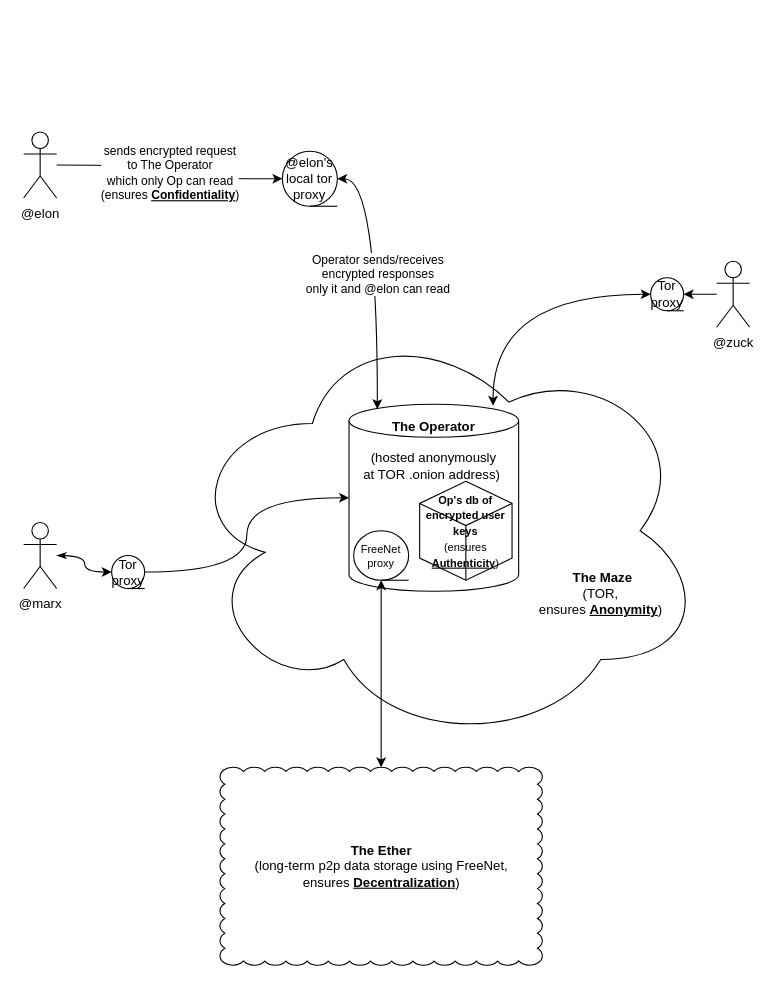
Above: page "Overall Operator System" (3 of 4) of docs/cryptosystems.drawio in ComradOrg/Comrad (draw.io), before the change. Source tidied: cells renumbered, new cells numbered last; positions are measured from the earlier drawing's top-left corner, leaving out a move shared by most shapes. Both pictures are drawn from the tidied source at 110%, with x=0, y=0 at pixel (23, 131).
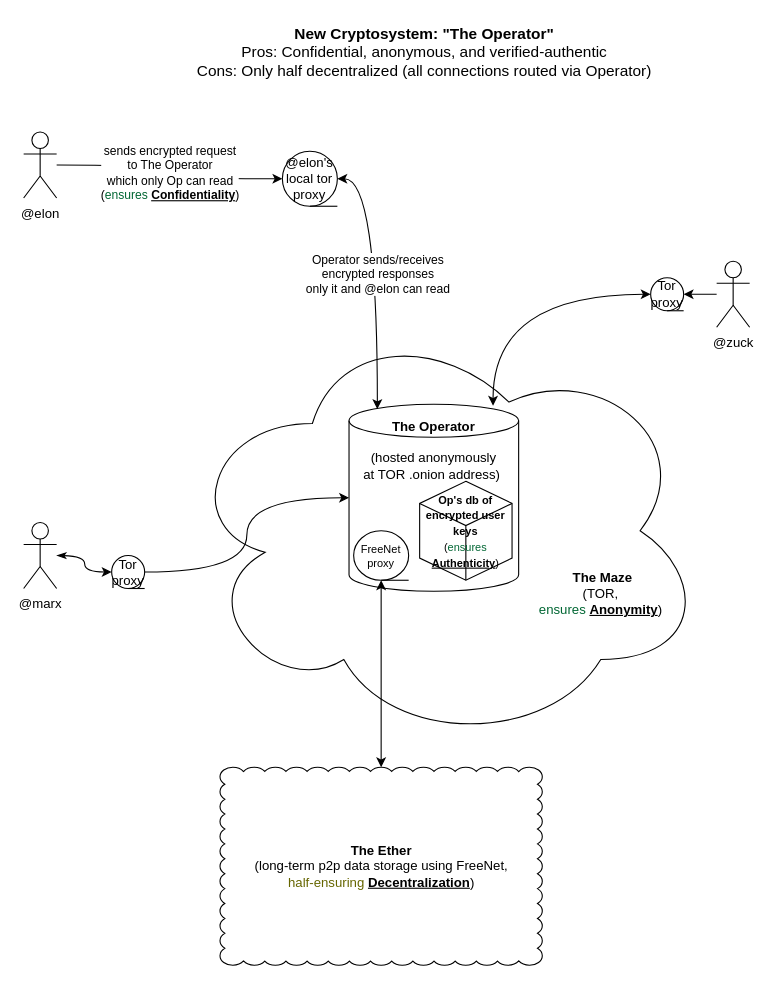
After the change.

Unchanged cells that the change refers to:
```xml
<mxCell id="4" value="@elon" style="shape=umlActor;verticalLabelPosition=bottom;verticalAlign=top;html=1;outlineConnect=0;" parent="1" vertex="1">
  <mxGeometry y="0.5" width="30" height="60" as="geometry" />
</mxCell>
<mxCell id="10" value="@elon's local tor proxy" style="shape=tapeData;whiteSpace=wrap;html=1;perimeter=ellipsePerimeter;" parent="1" vertex="1">
  <mxGeometry x="235.2" y="18" width="50" height="50" as="geometry" />
</mxCell>
```

Change to the diagram source:
```diff
@@
-    <mxCell id="3" value="sends encrypted request&lt;br&gt;to The Operator&lt;br&gt;which only Op can read&lt;br&gt;(ensures &lt;u&gt;&lt;b&gt;Confidentiality&lt;/b&gt;&lt;/u&gt;)" style="edgeStyle=orthogonalEdgeStyle;curved=1;jettySize=auto;html=1;startArrow=none;startFill=0;" parent="1" edge="1" source="4" target="10">
+    <mxCell id="3" value="sends encrypted request&lt;br&gt;to The Operator&lt;br&gt;which only Op can read&lt;br&gt;(&lt;font color=&quot;#006633&quot;&gt;ensures&lt;/font&gt; &lt;u&gt;&lt;b&gt;Confidentiality&lt;/b&gt;&lt;/u&gt;)" style="edgeStyle=orthogonalEdgeStyle;curved=1;jettySize=auto;html=1;startArrow=none;startFill=0;" parent="1" edge="1" source="4" target="10">
       <mxGeometry x="0.01" relative="1" as="geometry" />
     </mxCell>
@@
-    <mxCell id="7" value="&lt;br&gt;&lt;br&gt;&lt;br&gt;&lt;br&gt;&lt;br&gt;&lt;br&gt;&lt;br&gt;&lt;br&gt;&amp;nbsp; &amp;nbsp; &amp;nbsp; &amp;nbsp; &amp;nbsp; &amp;nbsp; &amp;nbsp; &amp;nbsp; &amp;nbsp; &amp;nbsp; &amp;nbsp; &amp;nbsp; &amp;nbsp; &amp;nbsp; &amp;nbsp; &amp;nbsp; &amp;nbsp; &amp;nbsp; &amp;nbsp; &amp;nbsp; &amp;nbsp; &amp;nbsp; &amp;nbsp; &amp;nbsp; &amp;nbsp; &amp;nbsp; &amp;nbsp; &amp;nbsp; &amp;nbsp; &amp;nbsp; &amp;nbsp; &amp;nbsp; &amp;nbsp; &amp;nbsp; &amp;nbsp; &amp;nbsp; &amp;nbsp; &amp;nbsp; &amp;nbsp; &amp;nbsp; &amp;nbsp; &amp;nbsp; &amp;nbsp; &amp;nbsp;&lt;b&gt;The Maze&lt;br&gt;&lt;/b&gt;&amp;nbsp; &amp;nbsp; &amp;nbsp; &amp;nbsp; &amp;nbsp; &amp;nbsp; &amp;nbsp; &amp;nbsp; &amp;nbsp; &amp;nbsp; &amp;nbsp; &amp;nbsp; &amp;nbsp; &amp;nbsp; &amp;nbsp; &amp;nbsp; &amp;nbsp; &amp;nbsp; &amp;nbsp; &amp;nbsp; &amp;nbsp; &amp;nbsp; &amp;nbsp; &amp;nbsp; &amp;nbsp; &amp;nbsp; &amp;nbsp; &amp;nbsp; &amp;nbsp; &amp;nbsp; &amp;nbsp; &amp;nbsp; &amp;nbsp; &amp;nbsp; &amp;nbsp; &amp;nbsp; &amp;nbsp; &amp;nbsp; &amp;nbsp; &amp;nbsp; &amp;nbsp; &amp;nbsp; &amp;nbsp; (TOR,&lt;br&gt;&amp;nbsp; &amp;nbsp; &amp;nbsp; &amp;nbsp; &amp;nbsp; &amp;nbsp; &amp;nbsp; &amp;nbsp; &amp;nbsp; &amp;nbsp; &amp;nbsp; &amp;nbsp; &amp;nbsp; &amp;nbsp; &amp;nbsp; &amp;nbsp; &amp;nbsp; &amp;nbsp; &amp;nbsp; &amp;nbsp; &amp;nbsp; &amp;nbsp; &amp;nbsp; &amp;nbsp; &amp;nbsp; &amp;nbsp; &amp;nbsp; &amp;nbsp; &amp;nbsp; &amp;nbsp; &amp;nbsp; &amp;nbsp; &amp;nbsp; &amp;nbsp; &amp;nbsp; &amp;nbsp; &amp;nbsp; &amp;nbsp; &amp;nbsp; &amp;nbsp; &amp;nbsp; &amp;nbsp; &amp;nbsp; ensures &lt;u&gt;&lt;b&gt;Anonymity&lt;/b&gt;&lt;/u&gt;)" style="ellipse;shape=cloud;whiteSpace=wrap;html=1;" parent="1" vertex="1">
+    <mxCell id="7" value="&lt;br&gt;&lt;br&gt;&lt;br&gt;&lt;br&gt;&lt;br&gt;&lt;br&gt;&lt;br&gt;&lt;br&gt;&amp;nbsp; &amp;nbsp; &amp;nbsp; &amp;nbsp; &amp;nbsp; &amp;nbsp; &amp;nbsp; &amp;nbsp; &amp;nbsp; &amp;nbsp; &amp;nbsp; &amp;nbsp; &amp;nbsp; &amp;nbsp; &amp;nbsp; &amp;nbsp; &amp;nbsp; &amp;nbsp; &amp;nbsp; &amp;nbsp; &amp;nbsp; &amp;nbsp; &amp;nbsp; &amp;nbsp; &amp;nbsp; &amp;nbsp; &amp;nbsp; &amp;nbsp; &amp;nbsp; &amp;nbsp; &amp;nbsp; &amp;nbsp; &amp;nbsp; &amp;nbsp; &amp;nbsp; &amp;nbsp; &amp;nbsp; &amp;nbsp; &amp;nbsp; &amp;nbsp; &amp;nbsp; &amp;nbsp; &amp;nbsp; &amp;nbsp;&lt;b&gt;The Maze&lt;br&gt;&lt;/b&gt;&amp;nbsp; &amp;nbsp; &amp;nbsp; &amp;nbsp; &amp;nbsp; &amp;nbsp; &amp;nbsp; &amp;nbsp; &amp;nbsp; &amp;nbsp; &amp;nbsp; &amp;nbsp; &amp;nbsp; &amp;nbsp; &amp;nbsp; &amp;nbsp; &amp;nbsp; &amp;nbsp; &amp;nbsp; &amp;nbsp; &amp;nbsp; &amp;nbsp; &amp;nbsp; &amp;nbsp; &amp;nbsp; &amp;nbsp; &amp;nbsp; &amp;nbsp; &amp;nbsp; &amp;nbsp; &amp;nbsp; &amp;nbsp; &amp;nbsp; &amp;nbsp; &amp;nbsp; &amp;nbsp; &amp;nbsp; &amp;nbsp; &amp;nbsp; &amp;nbsp; &amp;nbsp; &amp;nbsp; &amp;nbsp; (TOR,&lt;br&gt;&amp;nbsp; &amp;nbsp; &amp;nbsp; &amp;nbsp; &amp;nbsp; &amp;nbsp; &amp;nbsp; &amp;nbsp; &amp;nbsp; &amp;nbsp; &amp;nbsp; &amp;nbsp; &amp;nbsp; &amp;nbsp; &amp;nbsp; &amp;nbsp; &amp;nbsp; &amp;nbsp; &amp;nbsp; &amp;nbsp; &amp;nbsp; &amp;nbsp; &amp;nbsp; &amp;nbsp; &amp;nbsp; &amp;nbsp; &amp;nbsp; &amp;nbsp; &amp;nbsp; &amp;nbsp; &amp;nbsp; &amp;nbsp; &amp;nbsp; &amp;nbsp; &amp;nbsp; &amp;nbsp; &amp;nbsp; &amp;nbsp; &amp;nbsp; &amp;nbsp; &amp;nbsp; &amp;nbsp; &amp;nbsp; &lt;font color=&quot;#006633&quot;&gt;ensures&lt;/font&gt; &lt;u&gt;&lt;b&gt;Anonymity&lt;/b&gt;&lt;/u&gt;)" style="ellipse;shape=cloud;whiteSpace=wrap;html=1;" parent="1" vertex="1">
       <mxGeometry x="143.3" y="168" width="476.7" height="390" as="geometry" />
     </mxCell>
@@
-    <mxCell id="16" value="&lt;font style=&quot;font-size: 10px&quot;&gt;&lt;b&gt;Op's db of encrypted user keys&lt;/b&gt;&lt;br&gt;(ensures &lt;u&gt;&lt;b&gt;Authenticity&lt;/b&gt;&lt;/u&gt;)&lt;/font&gt;" style="html=1;whiteSpace=wrap;shape=isoCube2;backgroundOutline=1;isoAngle=15;" parent="1" vertex="1">
+    <mxCell id="16" value="&lt;font style=&quot;font-size: 10px&quot;&gt;&lt;b&gt;Op's db of encrypted user keys&lt;/b&gt;&lt;br&gt;(&lt;font color=&quot;#006633&quot;&gt;ensures&lt;/font&gt; &lt;u&gt;&lt;b&gt;Authenticity&lt;/b&gt;&lt;/u&gt;)&lt;/font&gt;" style="html=1;whiteSpace=wrap;shape=isoCube2;backgroundOutline=1;isoAngle=15;" parent="1" vertex="1">
       <mxGeometry x="360" y="318" width="84" height="90" as="geometry" />
     </mxCell>
-    <mxCell id="17" value="The Ether&lt;br&gt;&lt;span style=&quot;font-weight: normal&quot;&gt;(long-term p2p data storage using FreeNet,&lt;/span&gt;&lt;br&gt;&lt;span style=&quot;font-weight: normal&quot;&gt;ensures &lt;/span&gt;&lt;u&gt;Decentralization&lt;/u&gt;&lt;span style=&quot;font-weight: normal&quot;&gt;)&lt;/span&gt;" style="whiteSpace=wrap;html=1;shape=mxgraph.basic.cloud_rect;fontStyle=1;" parent="1" vertex="1">
+    <mxCell id="17" value="The Ether&lt;br&gt;&lt;span style=&quot;font-weight: normal&quot;&gt;(long-term p2p data storage using FreeNet,&lt;/span&gt;&lt;br&gt;&lt;span style=&quot;font-weight: normal&quot;&gt;&lt;font color=&quot;#666600&quot;&gt;half-ensuring&lt;/font&gt;&amp;nbsp;&lt;/span&gt;&lt;u&gt;Decentralization&lt;/u&gt;&lt;span style=&quot;font-weight: normal&quot;&gt;)&lt;/span&gt;" style="whiteSpace=wrap;html=1;shape=mxgraph.basic.cloud_rect;fontStyle=1;" parent="1" vertex="1">
       <mxGeometry x="178.5" y="578" width="293" height="180" as="geometry" />
     </mxCell>
@@
+    <mxCell id="20" value="&lt;b style=&quot;font-size: 14px&quot;&gt;New Cryptosystem: &quot;The Operator&quot;&lt;/b&gt;&lt;br style=&quot;font-size: 14px&quot;&gt;Pros: Confidential, anonymous, and verified-authentic&lt;br style=&quot;font-size: 14px&quot;&gt;Cons: Only half decentralized (all connections routed via Operator)" style="text;html=1;align=center;verticalAlign=middle;fontSize=14;" parent="1" vertex="1">
+      <mxGeometry x="149" y="-102" width="430" height="60" as="geometry" />
+    </mxCell>
```
